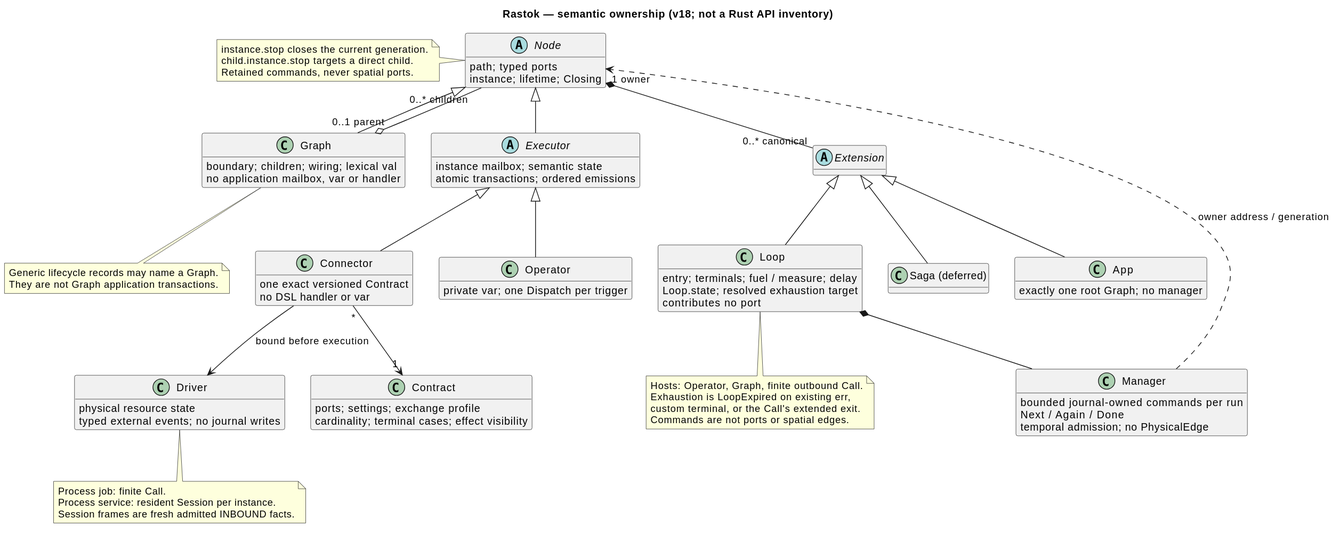
rastok-io/rastok keeps this PlantUML diagram as docs/architecture/07-node-executor-extension.svg. Above is the earlier version.
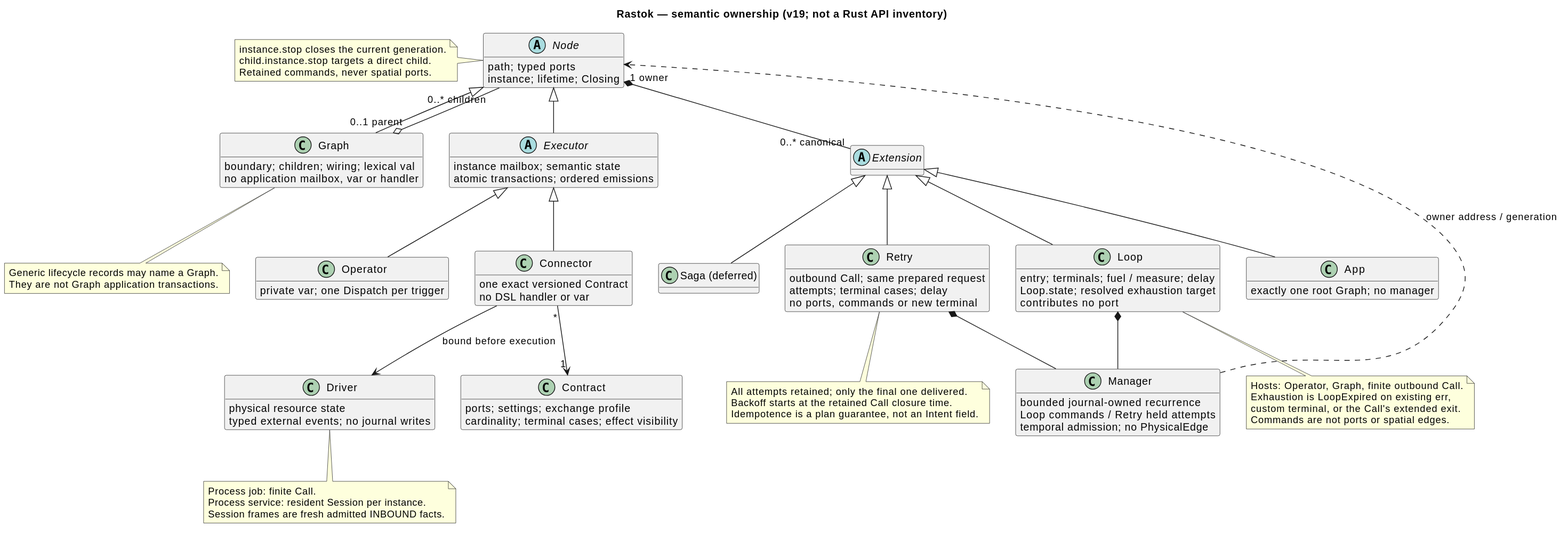
Above is the later version.

What changed in the source:
```diff
@@ -1,6 +1,6 @@
 @startuml
 skinparam backgroundColor white
-title Rastok — semantic ownership (v18; not a Rust API inventory)
+title Rastok — semantic ownership (v19; not a Rust API inventory)
 skinparam shadowing false
 skinparam classAttributeIconSize 0
 hide empty methods
@@ -38,10 +38,15 @@
   Loop.state; resolved exhaustion target
   contributes no port
 }
+class Retry {
+  outbound Call; same prepared request
+  attempts; terminal cases; delay
+  no ports, commands or new terminal
+}
 class "Saga (deferred)" as Saga
 class Manager {
-  bounded journal-owned commands per run
-  Next / Again / Done
+  bounded journal-owned recurrence
+  Loop commands / Retry held attempts
   temporal admission; no PhysicalEdge
 }
 class Driver {
@@ -59,8 +64,10 @@
 Connector --> Driver : bound before execution
 Extension <|-- App
 Extension <|-- Loop
+Extension <|-- Retry
 Extension <|-- Saga
 Loop *-- Manager
+Retry *-- Manager
 Manager ..> Node : owner address / generation
 
 note left of Node
@@ -78,6 +85,11 @@
 custom terminal, or the Call's extended exit.
 Commands are not ports or spatial edges.
 end note
+note bottom of Retry
+All attempts retained; only the final one delivered.
+Backoff starts at the retained Call closure time.
+Idempotence is a plan guarantee, not an Intent field.
+end note
 note bottom of Driver
 Process job: finite Call.
 Process service: resident Session per instance.
```
